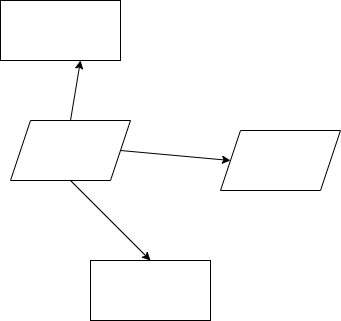
The draw.io diagram use-case-diagram/Untitled Diagram.drawio.png in 0MACH/alx-airbnb-project-documentation, before a commit. Source tidied: cells renumbered, new cells last; positions are measured from the earlier drawing's top-left corner, leaving out a move shared by most shapes. Its diagram source:
```xml
<mxGraphModel>
  <root>
    <mxCell id="0" />
    <mxCell id="1" parent="0" />
    <mxCell id="2" style="rounded=0;whiteSpace=wrap;html=1;" parent="1" vertex="1">
      <mxGeometry width="120" height="60" as="geometry" />
    </mxCell>
    <mxCell id="3" style="shape=parallelogram;perimeter=parallelogramPerimeter;whiteSpace=wrap;html=1;fixedSize=1;" parent="1" vertex="1">
      <mxGeometry x="10" y="120" width="120" height="60" as="geometry" />
    </mxCell>
    <mxCell id="4" style="shape=parallelogram;perimeter=parallelogramPerimeter;whiteSpace=wrap;html=1;fixedSize=1;" parent="1" vertex="1">
      <mxGeometry x="220" y="130" width="120" height="60" as="geometry" />
    </mxCell>
    <mxCell id="5" style="rounded=0;whiteSpace=wrap;html=1;" parent="1" vertex="1">
      <mxGeometry x="90" y="260" width="120" height="60" as="geometry" />
    </mxCell>
    <mxCell id="6" style="endArrow=classic;html=1;rounded=0;exitX=0.5;exitY=0;exitDx=0;exitDy=0;" parent="1" edge="1" source="3" target="2">
      <mxGeometry relative="1" as="geometry">
        <Array as="points">
          <mxPoint x="80" y="60" />
        </Array>
      </mxGeometry>
    </mxCell>
    <mxCell id="7" style="endArrow=classic;html=1;rounded=0;exitX=0.5;exitY=1;exitDx=0;exitDy=0;entryX=0.5;entryY=0;entryDx=0;entryDy=0;" parent="1" edge="1" source="3" target="5">
      <mxGeometry relative="1" as="geometry" />
    </mxCell>
    <mxCell id="8" style="endArrow=classic;html=1;rounded=0;exitX=1;exitY=0.5;exitDx=0;exitDy=0;entryX=0;entryY=0.5;entryDx=0;entryDy=0;" parent="1" edge="1" source="3" target="4">
      <mxGeometry relative="1" as="geometry" />
    </mxCell>
  </root>
</mxGraphModel>
```
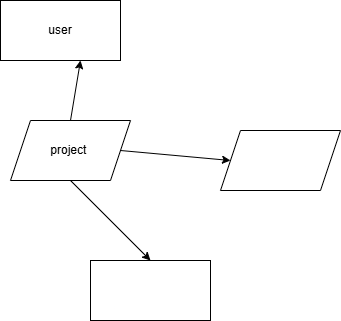
Above is the later version.

The edit, as a diff of the source:
```diff
@@ -2,10 +2,10 @@
   <root>
     <mxCell id="0" />
     <mxCell id="1" parent="0" />
-    <mxCell id="2" style="rounded=0;whiteSpace=wrap;html=1;" parent="1" vertex="1">
+    <mxCell id="2" value="user" style="rounded=0;whiteSpace=wrap;html=1;" parent="1" vertex="1">
       <mxGeometry width="120" height="60" as="geometry" />
     </mxCell>
-    <mxCell id="3" style="shape=parallelogram;perimeter=parallelogramPerimeter;whiteSpace=wrap;html=1;fixedSize=1;" parent="1" vertex="1">
+    <mxCell id="3" value="project&amp;nbsp;" style="shape=parallelogram;perimeter=parallelogramPerimeter;whiteSpace=wrap;html=1;fixedSize=1;" parent="1" vertex="1">
       <mxGeometry x="10" y="120" width="120" height="60" as="geometry" />
     </mxCell>
     <mxCell id="4" style="shape=parallelogram;perimeter=parallelogramPerimeter;whiteSpace=wrap;html=1;fixedSize=1;" parent="1" vertex="1">
```
